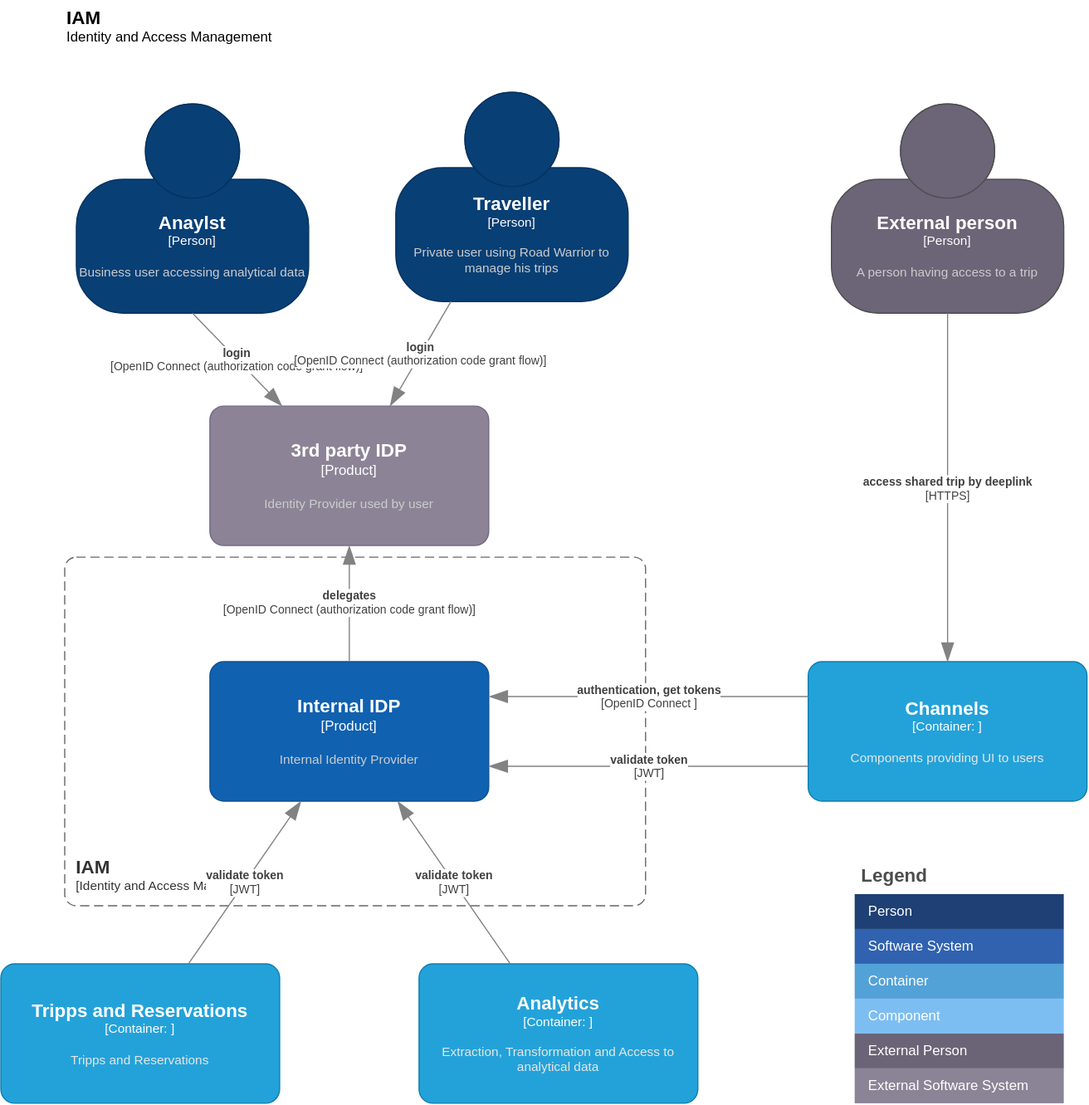
This is diagrams/Component-IAM.drawio.svg from wschaef/architecture-kata-2023, a draw.io export, as it was before one commit. Source tidied: cells renumbered, new cells last; positions are measured from the earlier drawing's top-left corner, leaving out a move shared by most shapes.
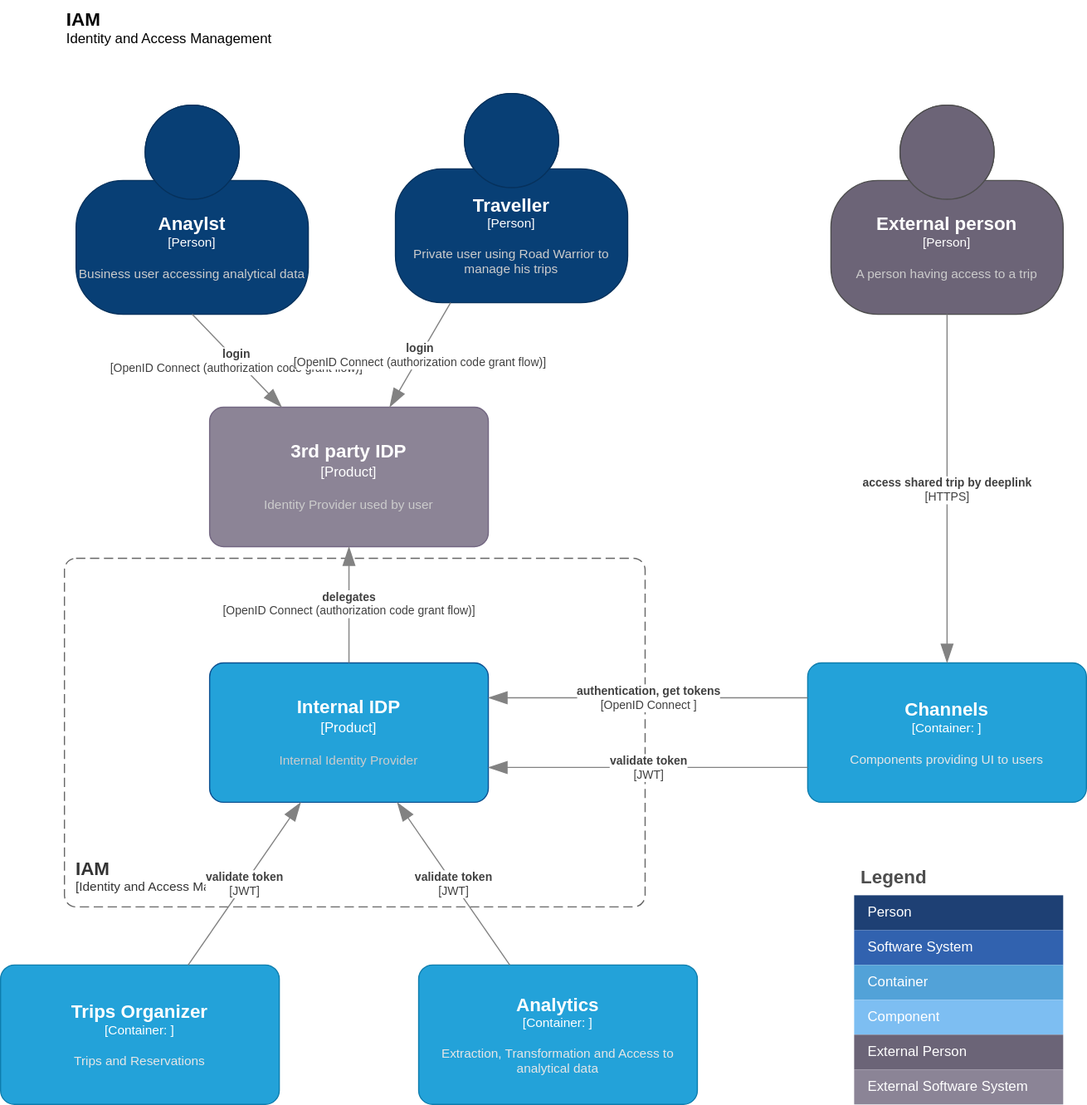
The same diagram one commit later.

Diff of the diagram source:
```diff
@@ -28,7 +28,7 @@
       </mxCell>
     </object>
     <object id="7" label="&lt;font style=&quot;font-size: 16px&quot;&gt;&lt;b&gt;%c4Name%&lt;/b&gt;&lt;/font&gt;&lt;div&gt;[%c4Type%]&lt;/div&gt;&lt;br&gt;&lt;div&gt;&lt;font style=&quot;font-size: 11px&quot;&gt;&lt;font color=&quot;#cccccc&quot;&gt;%c4Description%&lt;/font&gt;&lt;/div&gt;" c4Description="Internal Identity Provider" c4Name="Internal IDP" c4Type="Product" placeholders="1">
-      <mxCell style="rounded=1;whiteSpace=wrap;html=1;labelBackgroundColor=none;fillColor=#1061B0;fontColor=#ffffff;align=center;arcSize=10;strokeColor=#0D5091;points=[[0.25,0,0],[0.5,0,0],[0.75,0,0],[1,0.25,0],[1,0.5,0],[1,0.75,0],[0.75,1,0],[0.5,1,0],[0.25,1,0],[0,0.75,0],[0,0.5,0],[0,0.25,0]];" parent="1" vertex="1">
+      <mxCell style="rounded=1;whiteSpace=wrap;html=1;labelBackgroundColor=none;fillColor=#23A2D9;fontColor=#ffffff;align=center;arcSize=10;strokeColor=#0D5091;points=[[0.25,0,0],[0.5,0,0],[0.75,0,0],[1,0.25,0],[1,0.5,0],[1,0.75,0],[0.75,1,0],[0.5,1,0],[0.25,1,0],[0,0.75,0],[0,0.5,0],[0,0.25,0]];" parent="1" vertex="1">
         <mxGeometry x="180" y="570" width="240" height="120" as="geometry" />
       </mxCell>
     </object>
@@ -67,7 +67,7 @@
         <mxGeometry x="360" y="830" width="240" height="120" as="geometry" />
       </mxCell>
     </object>
-    <object id="15" label="&lt;font style=&quot;font-size: 16px&quot;&gt;&lt;b&gt;%c4Name%&lt;/b&gt;&lt;/font&gt;&lt;div&gt;[%c4Type%: %c4Technology%]&lt;/div&gt;&lt;br&gt;&lt;div&gt;&lt;font style=&quot;font-size: 11px&quot;&gt;&lt;font color=&quot;#E6E6E6&quot;&gt;%c4Description%&lt;/font&gt;&lt;/div&gt;" c4Description="Tripps and Reservations" c4Name="Tripps and Reservations" c4Technology="" c4Type="Container" placeholders="1">
+    <object id="15" label="&lt;font style=&quot;font-size: 16px&quot;&gt;&lt;b&gt;%c4Name%&lt;/b&gt;&lt;/font&gt;&lt;div&gt;[%c4Type%: %c4Technology%]&lt;/div&gt;&lt;br&gt;&lt;div&gt;&lt;font style=&quot;font-size: 11px&quot;&gt;&lt;font color=&quot;#E6E6E6&quot;&gt;%c4Description%&lt;/font&gt;&lt;/div&gt;" c4Description="Trips and Reservations" c4Name="Trips Organizer" c4Technology="" c4Type="Container" placeholders="1">
       <mxCell style="rounded=1;whiteSpace=wrap;html=1;fontSize=11;labelBackgroundColor=none;fillColor=#23A2D9;fontColor=#ffffff;align=center;arcSize=10;strokeColor=#0E7DAD;points=[[0.25,0,0],[0.5,0,0],[0.75,0,0],[1,0.25,0],[1,0.5,0],[1,0.75,0],[0.75,1,0],[0.5,1,0],[0.25,1,0],[0,0.75,0],[0,0.5,0],[0,0.25,0]];" parent="1" vertex="1">
         <mxGeometry y="830" width="240" height="120" as="geometry" />
       </mxCell>
```
